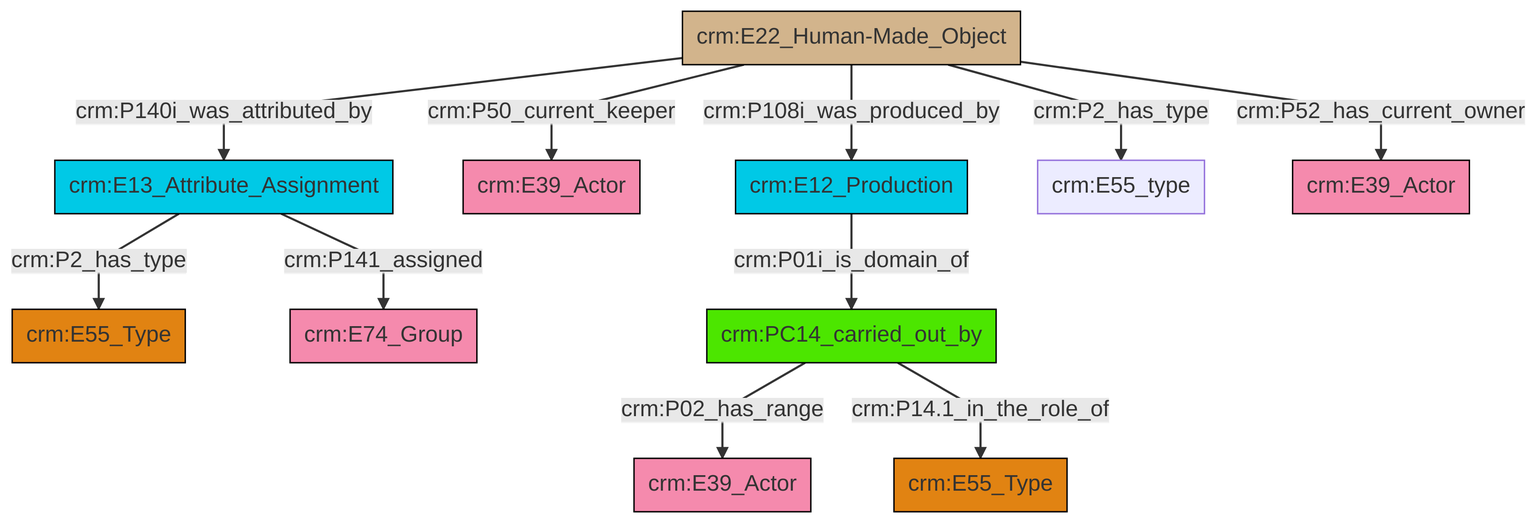
Earlier version of the Mermaid export et/artworkCSV/ttl/mmd/png/Artwork_Actor_Relations.png (swiss-art-research-net/reference-data-models). Its source is kept beside it as et/artworkCSV/ttl/mmd/Artwork_Actor_Relations.ttl.mmd.
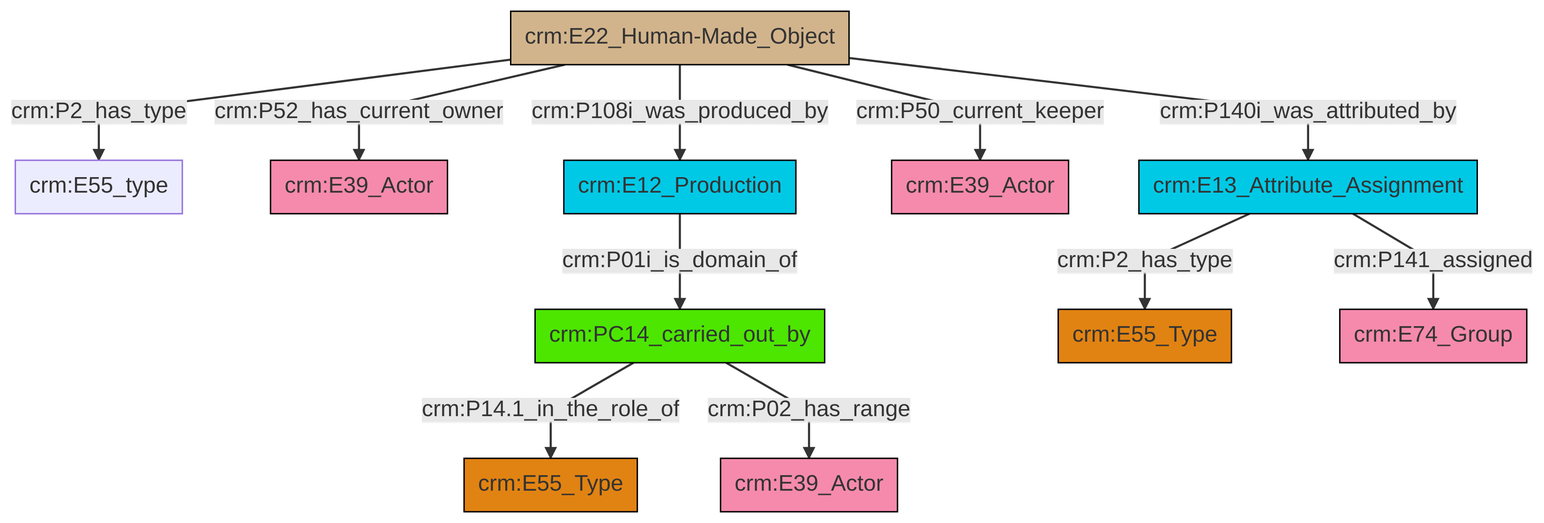
After the commit.

Change to the diagram source:
```diff
@@ -13,13 +13,13 @@
 classDef PC_Classes fill:#4ce600, stroke:#000000;
 classDef Multi fill:#cccccc,stroke:#000000;
 
-5["crm:E22_Human-Made_Object"]:::Physical_Thing -->|crm:P140i_was_attributed_by| 3["crm:E13_Attribute_Assignment"]:::Temporal_Entity
-5["crm:E22_Human-Made_Object"]:::Physical_Thing -->|crm:P50_current_keeper| 6["crm:E39_Actor"]:::Actor
-3["crm:E13_Attribute_Assignment"]:::Temporal_Entity -->|crm:P141_assigned| 10["crm:E74_Group"]:::Actor
-5["crm:E22_Human-Made_Object"]:::Physical_Thing -->|crm:P108i_was_produced_by| 11["crm:E12_Production"]:::Temporal_Entity
-5["crm:E22_Human-Made_Object"]:::Physical_Thing -->|crm:P2_has_type| 15["crm:E55_type"]:::Default
-3["crm:E13_Attribute_Assignment"]:::Temporal_Entity -->|crm:P2_has_type| 0["crm:E55_Type"]:::Type
-11["crm:E12_Production"]:::Temporal_Entity -->|crm:P01i_is_domain_of| 12["crm:PC14_carried_out_by"]:::PC_Classes
-12["crm:PC14_carried_out_by"]:::PC_Classes -->|crm:P02_has_range| 7["crm:E39_Actor"]:::Actor
-5["crm:E22_Human-Made_Object"]:::Physical_Thing -->|crm:P52_has_current_owner| 21["crm:E39_Actor"]:::Actor
-12["crm:PC14_carried_out_by"]:::PC_Classes -->|crm:P14.1_in_the_role_of| 16["crm:E55_Type"]:::Type
+2["crm:E22_Human-Made_Object"]:::Physical_Thing -->|crm:P2_has_type| 3["crm:E55_type"]:::Default
+2["crm:E22_Human-Made_Object"]:::Physical_Thing -->|crm:P52_has_current_owner| 4["crm:E39_Actor"]:::Actor
+6["crm:PC14_carried_out_by"]:::PC_Classes -->|crm:P14.1_in_the_role_of| 7["crm:E55_Type"]:::Type
+11["crm:E13_Attribute_Assignment"]:::Temporal_Entity -->|crm:P2_has_type| 9["crm:E55_Type"]:::Type
+2["crm:E22_Human-Made_Object"]:::Physical_Thing -->|crm:P50_current_keeper| 12["crm:E39_Actor"]:::Actor
+14["crm:E12_Production"]:::Temporal_Entity -->|crm:P01i_is_domain_of| 6["crm:PC14_carried_out_by"]:::PC_Classes
+2["crm:E22_Human-Made_Object"]:::Physical_Thing -->|crm:P108i_was_produced_by| 14["crm:E12_Production"]:::Temporal_Entity
+2["crm:E22_Human-Made_Object"]:::Physical_Thing -->|crm:P140i_was_attributed_by| 11["crm:E13_Attribute_Assignment"]:::Temporal_Entity
+11["crm:E13_Attribute_Assignment"]:::Temporal_Entity -->|crm:P141_assigned| 15["crm:E74_Group"]:::Actor
+6["crm:PC14_carried_out_by"]:::PC_Classes -->|crm:P02_has_range| 0["crm:E39_Actor"]:::Actor
```
